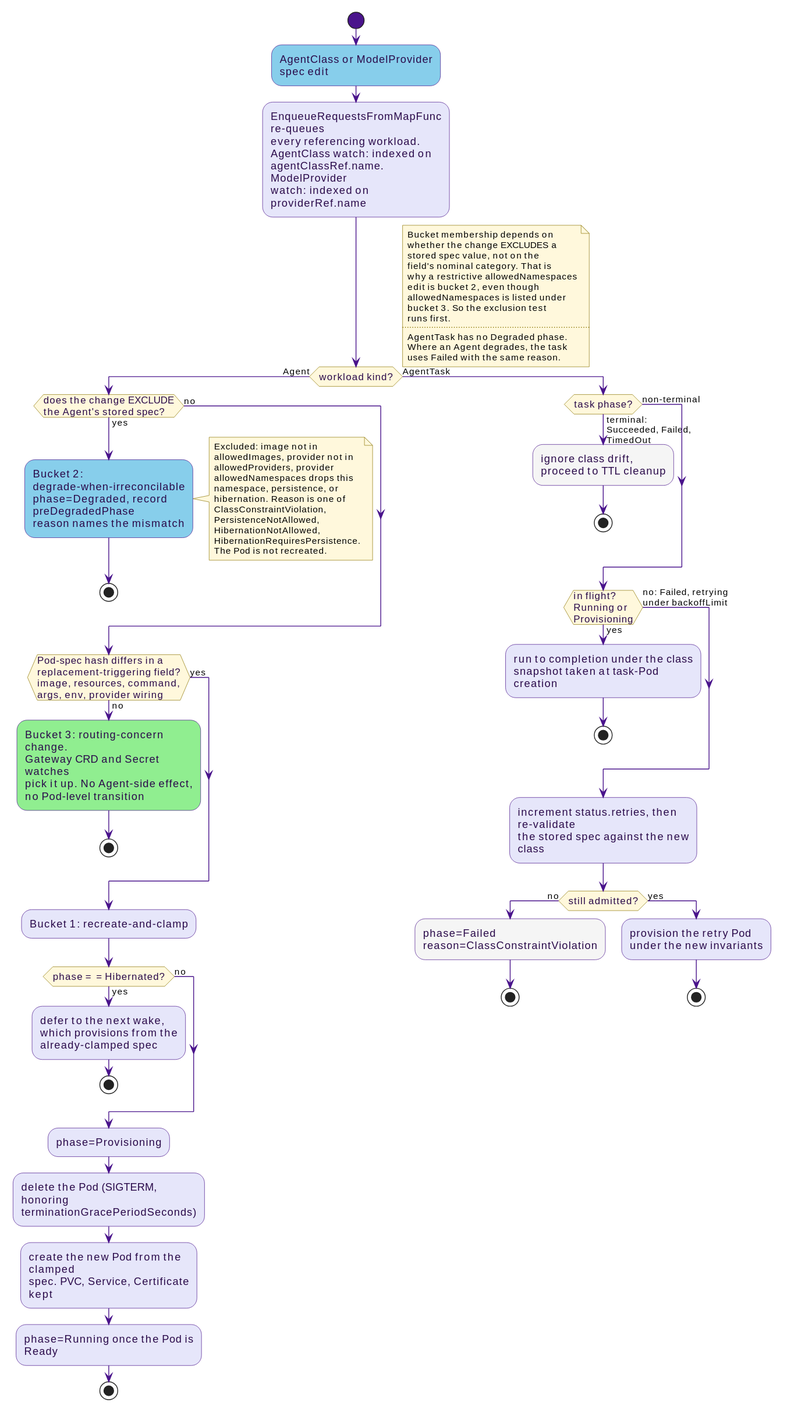
Earlier version of the PlantUML export docs/src/diagrams/agentclass-propagation.svg (win07xp/kaalm).
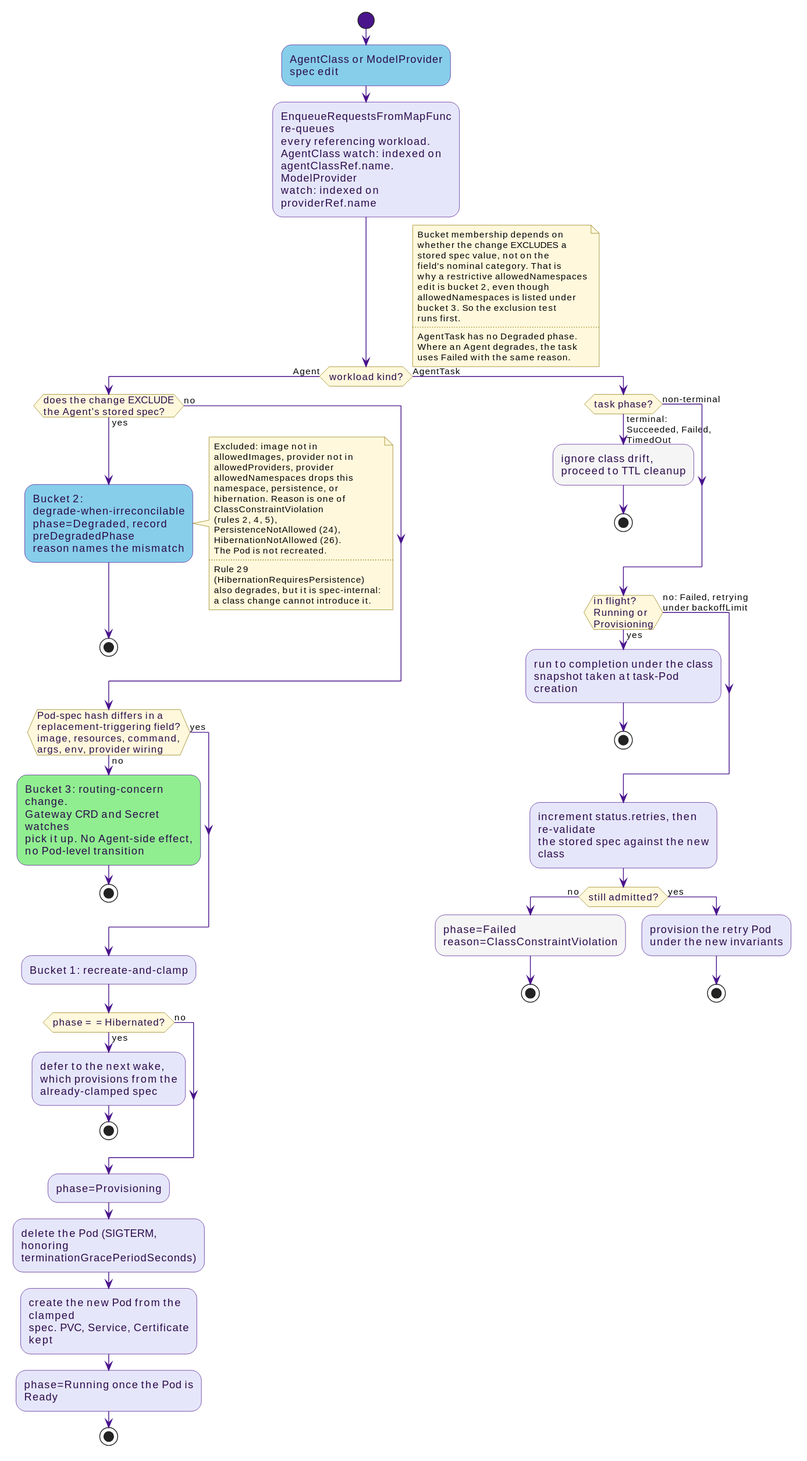
After the change.

What changed in the source:
```diff
@@ -22,11 +22,15 @@
       allowedNamespaces drops this
       namespace, persistence, or
       hibernation. Reason is one of
-      ClassConstraintViolation,
-      PersistenceNotAllowed,
-      HibernationNotAllowed,
-      HibernationRequiresPersistence.
+      ClassConstraintViolation
+      (rules 2, 4, 5),
+      PersistenceNotAllowed (24),
+      HibernationNotAllowed (26).
       The Pod is not recreated.
+      ....
+      Rule 29 (HibernationRequiresPersistence)
+      also degrades, but it is spec-internal:
+      a class change cannot introduce it.
     end note
     stop
   else (no)
```
